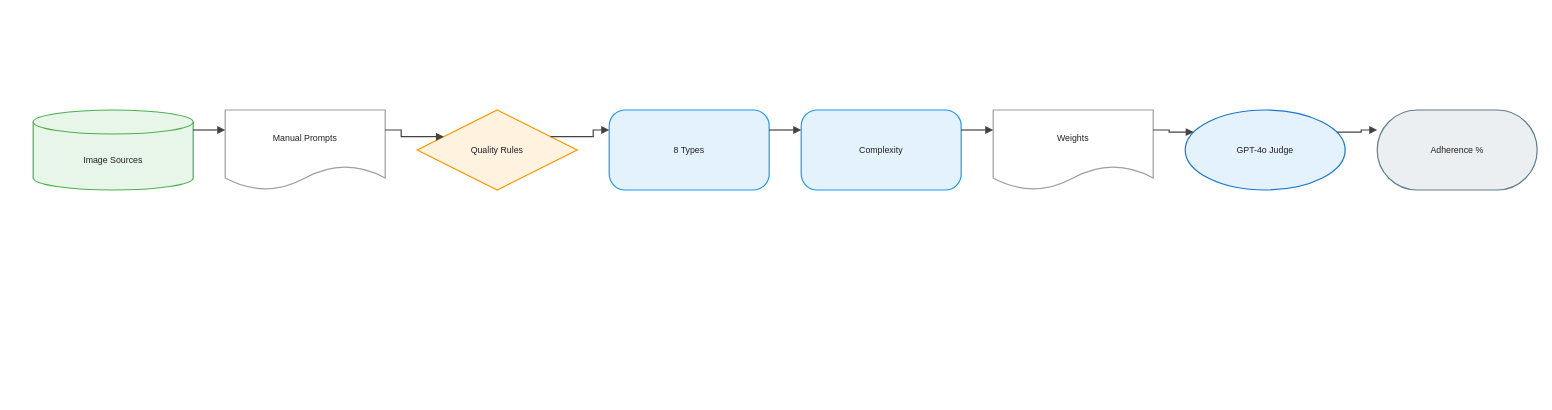
Earlier version of the draw.io diagram client/public/drawio/MIA-Bench/MIA-Bench.en.drawio (joe1chief/benchmark-hub). Source tidied: cells renumbered, new cells numbered last; positions are measured from the earlier drawing's top-left corner, leaving out a move shared by most shapes. Both pictures are drawn from the tidied source at 80%, with x=0, y=0 at pixel (33, 110).
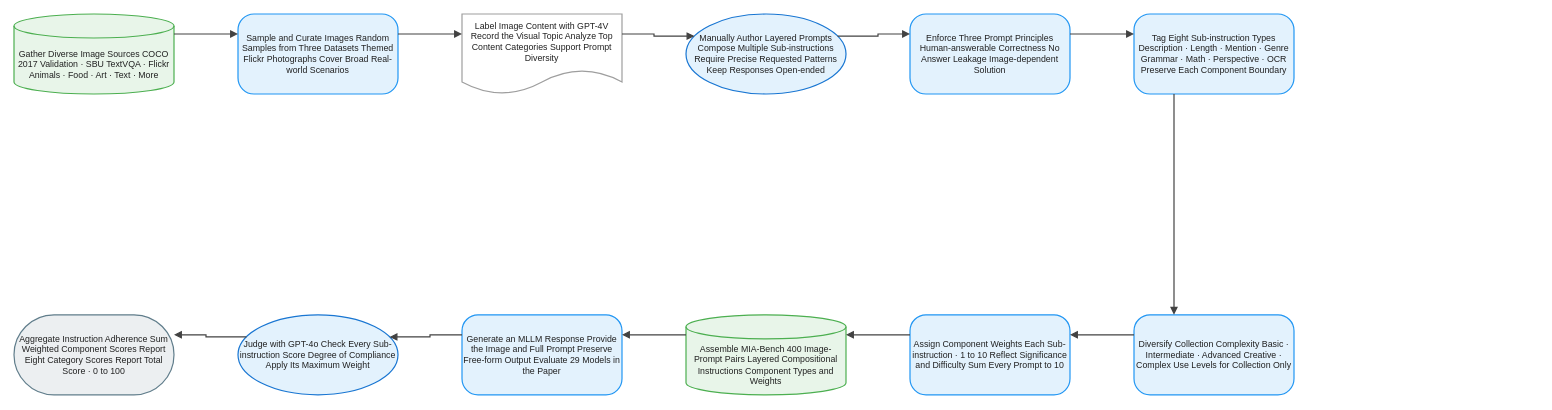
After the change.

The edit, as a diff of the source:
```diff
@@
-    <mxCell id="2" value="Image Sources" style="shape=cylinder3;boundedLbl=1;backgroundOutline=1;size=15;html=1;whiteSpace=wrap;fillColor=#E8F5E9;strokeColor=#4CAF50;strokeWidth=1.5;fontColor=#212121;fontSize=11;fontFamily=Arial, Helvetica, sans-serif;verticalAlign=middle;align=center;" parent="1" vertex="1">
-      <mxGeometry width="200" height="100" as="geometry" />
+    <mxCell id="2" value="Gather Diverse Image Sources COCO 2017 Validation · SBU TextVQA · Flickr Animals · Food · Art · Text · More" style="shape=cylinder3;boundedLbl=1;backgroundOutline=1;size=15;html=1;whiteSpace=wrap;fillColor=#E8F5E9;strokeColor=#4CAF50;strokeWidth=1.5;fontColor=#212121;fontSize=11;fontFamily=Arial, Helvetica, sans-serif;verticalAlign=middle;align=center;" parent="1" vertex="1">
+      <mxGeometry x="-24" y="-120" width="200" height="100" as="geometry" />
     </mxCell>
-    <mxCell id="3" value="Manual Prompts" style="shape=document;boundedLbl=1;html=1;whiteSpace=wrap;fillColor=#FFFFFF;strokeColor=#9E9E9E;strokeWidth=1.5;fontColor=#212121;fontSize=11;fontFamily=Arial, Helvetica, sans-serif;verticalAlign=middle;align=center;" parent="1" vertex="1">
-      <mxGeometry x="240" width="200" height="100" as="geometry" />
+    <mxCell id="3" value="Sample and Curate Images Random Samples from Three Datasets Themed Flickr Photographs Cover Broad Real-world Scenarios" style="rounded=1;arcSize=20;html=1;whiteSpace=wrap;fillColor=#E3F2FD;strokeColor=#2196F3;strokeWidth=1.5;fontColor=#212121;fontSize=11;fontFamily=Arial, Helvetica, sans-serif;verticalAlign=middle;align=center;" parent="1" vertex="1">
+      <mxGeometry x="256" y="-120" width="200" height="100" as="geometry" />
     </mxCell>
-    <mxCell id="4" value="Quality Rules" style="rhombus;html=1;whiteSpace=wrap;fillColor=#FFF3E0;strokeColor=#FF9800;strokeWidth=1.5;fontColor=#212121;fontSize=11;fontFamily=Arial, Helvetica, sans-serif;verticalAlign=middle;align=center;" parent="1" vertex="1">
-      <mxGeometry x="480" width="200" height="100" as="geometry" />
+    <mxCell id="4" value="Label Image Content with GPT-4V Record the Visual Topic Analyze Top Content Categories Support Prompt Diversity" style="shape=document;boundedLbl=1;html=1;whiteSpace=wrap;fillColor=#FFFFFF;strokeColor=#9E9E9E;strokeWidth=1.5;fontColor=#212121;fontSize=11;fontFamily=Arial, Helvetica, sans-serif;verticalAlign=middle;align=center;" parent="1" vertex="1">
+      <mxGeometry x="536" y="-120" width="200" height="100" as="geometry" />
     </mxCell>
-    <mxCell id="5" value="8 Types" style="rounded=1;arcSize=20;html=1;whiteSpace=wrap;fillColor=#E3F2FD;strokeColor=#2196F3;strokeWidth=1.5;fontColor=#212121;fontSize=11;fontFamily=Arial, Helvetica, sans-serif;verticalAlign=middle;align=center;" parent="1" vertex="1">
-      <mxGeometry x="720" width="200" height="100" as="geometry" />
+    <mxCell id="5" value="Manually Author Layered Prompts Compose Multiple Sub-instructions Require Precise Requested Patterns Keep Responses Open-ended" style="ellipse;html=1;whiteSpace=wrap;fillColor=#E3F2FD;strokeColor=#1976D2;strokeWidth=1.5;fontColor=#212121;fontSize=11;fontFamily=Arial, Helvetica, sans-serif;verticalAlign=middle;align=center;" parent="1" vertex="1">
+      <mxGeometry x="816" y="-120" width="200" height="100" as="geometry" />
     </mxCell>
-    <mxCell id="6" value="Complexity" style="rounded=1;arcSize=20;html=1;whiteSpace=wrap;fillColor=#E3F2FD;strokeColor=#2196F3;strokeWidth=1.5;fontColor=#212121;fontSize=11;fontFamily=Arial, Helvetica, sans-serif;verticalAlign=middle;align=center;" parent="1" vertex="1">
-      <mxGeometry x="960" width="200" height="100" as="geometry" />
+    <mxCell id="6" value="Enforce Three Prompt Principles Human-answerable Correctness No Answer Leakage Image-dependent Solution" style="rounded=1;arcSize=20;html=1;whiteSpace=wrap;fillColor=#E3F2FD;strokeColor=#2196F3;strokeWidth=1.5;fontColor=#212121;fontSize=11;fontFamily=Arial, Helvetica, sans-serif;verticalAlign=middle;align=center;" parent="1" vertex="1">
+      <mxGeometry x="1096" y="-120" width="200" height="100" as="geometry" />
     </mxCell>
-    <mxCell id="7" value="Weights" style="shape=document;boundedLbl=1;html=1;whiteSpace=wrap;fillColor=#FFFFFF;strokeColor=#9E9E9E;strokeWidth=1.5;fontColor=#212121;fontSize=11;fontFamily=Arial, Helvetica, sans-serif;verticalAlign=middle;align=center;" parent="1" vertex="1">
-      <mxGeometry x="1200" width="200" height="100" as="geometry" />
+    <mxCell id="7" value="Tag Eight Sub-instruction Types Description · Length · Mention · Genre Grammar · Math · Perspective · OCR Preserve Each Component Boundary" style="rounded=1;arcSize=20;html=1;whiteSpace=wrap;fillColor=#E3F2FD;strokeColor=#2196F3;strokeWidth=1.5;fontColor=#212121;fontSize=11;fontFamily=Arial, Helvetica, sans-serif;verticalAlign=middle;align=center;" parent="1" vertex="1">
+      <mxGeometry x="1376" y="-120" width="200" height="100" as="geometry" />
     </mxCell>
-    <mxCell id="8" value="GPT-4o Judge" style="ellipse;html=1;whiteSpace=wrap;fillColor=#E3F2FD;strokeColor=#1976D2;strokeWidth=1.5;fontColor=#212121;fontSize=11;fontFamily=Arial, Helvetica, sans-serif;verticalAlign=middle;align=center;" parent="1" vertex="1">
-      <mxGeometry x="1440" width="200" height="100" as="geometry" />
+    <mxCell id="8" value="Diversify Collection Complexity Basic · Intermediate · Advanced Creative · Complex Use Levels for Collection Only" style="rounded=1;arcSize=20;html=1;whiteSpace=wrap;fillColor=#E3F2FD;strokeColor=#2196F3;strokeWidth=1.5;fontColor=#212121;fontSize=11;fontFamily=Arial, Helvetica, sans-serif;verticalAlign=middle;align=center;" parent="1" vertex="1">
+      <mxGeometry x="1376" y="256" width="200" height="100" as="geometry" />
     </mxCell>
-    <mxCell id="9" value="Adherence %" style="rounded=1;arcSize=50;html=1;whiteSpace=wrap;fillColor=#ECEFF1;strokeColor=#607D8B;strokeWidth=1.5;fontColor=#212121;fontSize=11;fontFamily=Arial, Helvetica, sans-serif;verticalAlign=middle;align=center;" parent="1" vertex="1">
-      <mxGeometry x="1680" width="200" height="100" as="geometry" />
+    <mxCell id="9" value="Assign Component Weights Each Sub-instruction · 1 to 10 Reflect Significance and Difficulty Sum Every Prompt to 10" style="rounded=1;arcSize=20;html=1;whiteSpace=wrap;fillColor=#E3F2FD;strokeColor=#2196F3;strokeWidth=1.5;fontColor=#212121;fontSize=11;fontFamily=Arial, Helvetica, sans-serif;verticalAlign=middle;align=center;" parent="1" vertex="1">
+      <mxGeometry x="1096" y="256" width="200" height="100" as="geometry" />
     </mxCell>
-    <mxCell id="10" style="edgeStyle=orthogonalEdgeStyle;rounded=0;jettySize=auto;html=1;strokeColor=#424242;strokeWidth=1.5;endArrow=block;endFill=1;exitX=1;exitY=0.25;exitDx=0;exitDy=0;entryX=0;entryY=0.25;entryDx=0;entryDy=0;jumpStyle=arc;jumpSize=8;" parent="1" edge="1" source="2" target="3">
-      <mxGeometry relative="1" as="geometry" />
+    <mxCell id="10" value="Assemble MIA-Bench 400 Image-Prompt Pairs Layered Compositional Instructions Component Types and Weights" style="shape=cylinder3;boundedLbl=1;backgroundOutline=1;size=15;html=1;whiteSpace=wrap;fillColor=#E8F5E9;strokeColor=#4CAF50;strokeWidth=1.5;fontColor=#212121;fontSize=11;fontFamily=Arial, Helvetica, sans-serif;verticalAlign=middle;align=center;" parent="1" vertex="1">
+      <mxGeometry x="816" y="256" width="200" height="100" as="geometry" />
     </mxCell>
-    <mxCell id="11" style="edgeStyle=orthogonalEdgeStyle;rounded=0;jettySize=auto;html=1;strokeColor=#424242;strokeWidth=1.5;endArrow=block;endFill=1;exitX=1;exitY=0.25;exitDx=0;exitDy=0;entryX=0;entryY=0.25;entryDx=0;entryDy=0;jumpStyle=arc;jumpSize=8;" parent="1" edge="1" source="3" target="4">
-      <mxGeometry relative="1" as="geometry" />
+    <mxCell id="11" value="Generate an MLLM Response Provide the Image and Full Prompt Preserve Free-form Output Evaluate 29 Models in the Paper" style="rounded=1;arcSize=20;html=1;whiteSpace=wrap;fillColor=#E3F2FD;strokeColor=#2196F3;strokeWidth=1.5;fontColor=#212121;fontSize=11;fontFamily=Arial, Helvetica, sans-serif;verticalAlign=middle;align=center;" parent="1" vertex="1">
+      <mxGeometry x="536" y="256" width="200" height="100" as="geometry" />
     </mxCell>
-    <mxCell id="12" style="edgeStyle=orthogonalEdgeStyle;rounded=0;jettySize=auto;html=1;strokeColor=#424242;strokeWidth=1.5;endArrow=block;endFill=1;exitX=1;exitY=0.25;exitDx=0;exitDy=0;entryX=0;entryY=0.25;entryDx=0;entryDy=0;jumpStyle=arc;jumpSize=8;" parent="1" edge="1" source="4" target="5">
-      <mxGeometry relative="1" as="geometry" />
+    <mxCell id="12" value="Judge with GPT-4o Check Every Sub-instruction Score Degree of Compliance Apply Its Maximum Weight" style="ellipse;html=1;whiteSpace=wrap;fillColor=#E3F2FD;strokeColor=#1976D2;strokeWidth=1.5;fontColor=#212121;fontSize=11;fontFamily=Arial, Helvetica, sans-serif;verticalAlign=middle;align=center;" parent="1" vertex="1">
+      <mxGeometry x="256" y="256" width="200" height="100" as="geometry" />
     </mxCell>
-    <mxCell id="13" style="edgeStyle=orthogonalEdgeStyle;rounded=0;jettySize=auto;html=1;strokeColor=#424242;strokeWidth=1.5;endArrow=block;endFill=1;exitX=1;exitY=0.25;exitDx=0;exitDy=0;entryX=0;entryY=0.25;entryDx=0;entryDy=0;jumpStyle=arc;jumpSize=8;" parent="1" edge="1" source="5" target="6">
-      <mxGeometry relative="1" as="geometry" />
+    <mxCell id="13" value="Aggregate Instruction Adherence Sum Weighted Component Scores Report Eight Category Scores Report Total Score · 0 to 100" style="rounded=1;arcSize=50;html=1;whiteSpace=wrap;fillColor=#ECEFF1;strokeColor=#607D8B;strokeWidth=1.5;fontColor=#212121;fontSize=11;fontFamily=Arial, Helvetica, sans-serif;verticalAlign=middle;align=center;" parent="1" vertex="1">
+      <mxGeometry x="-24" y="256" width="200" height="100" as="geometry" />
     </mxCell>
-    <mxCell id="14" style="edgeStyle=orthogonalEdgeStyle;rounded=0;jettySize=auto;html=1;strokeColor=#424242;strokeWidth=1.5;endArrow=block;endFill=1;exitX=1;exitY=0.25;exitDx=0;exitDy=0;entryX=0;entryY=0.25;entryDx=0;entryDy=0;jumpStyle=arc;jumpSize=8;" parent="1" edge="1" source="6" target="7">
+    <mxCell id="14" style="edgeStyle=orthogonalEdgeStyle;rounded=0;jettySize=auto;html=1;strokeColor=#424242;strokeWidth=1.5;endArrow=block;endFill=1;exitX=1;exitY=0.25;exitDx=0;exitDy=0;entryX=0;entryY=0.25;entryDx=0;entryDy=0;jumpStyle=arc;jumpSize=8;" parent="1" edge="1" source="2" target="3">
       <mxGeometry relative="1" as="geometry" />
     </mxCell>
-    <mxCell id="15" style="edgeStyle=orthogonalEdgeStyle;rounded=0;jettySize=auto;html=1;strokeColor=#424242;strokeWidth=1.5;endArrow=block;endFill=1;exitX=1;exitY=0.25;exitDx=0;exitDy=0;entryX=0;entryY=0.25;entryDx=0;entryDy=0;jumpStyle=arc;jumpSize=8;" parent="1" edge="1" source="7" target="8">
+    <mxCell id="15" style="edgeStyle=orthogonalEdgeStyle;rounded=0;jettySize=auto;html=1;strokeColor=#424242;strokeWidth=1.5;endArrow=block;endFill=1;exitX=1;exitY=0.25;exitDx=0;exitDy=0;entryX=0;entryY=0.25;entryDx=0;entryDy=0;jumpStyle=arc;jumpSize=8;" parent="1" edge="1" source="3" target="4">
       <mxGeometry relative="1" as="geometry" />
     </mxCell>
-    <mxCell id="16" style="edgeStyle=orthogonalEdgeStyle;rounded=0;jettySize=auto;html=1;strokeColor=#424242;strokeWidth=1.5;endArrow=block;endFill=1;exitX=1;exitY=0.25;exitDx=0;exitDy=0;entryX=0;entryY=0.25;entryDx=0;entryDy=0;jumpStyle=arc;jumpSize=8;" parent="1" edge="1" source="8" target="9">
+    <mxCell id="16" style="edgeStyle=orthogonalEdgeStyle;rounded=0;jettySize=auto;html=1;strokeColor=#424242;strokeWidth=1.5;endArrow=block;endFill=1;exitX=1;exitY=0.25;exitDx=0;exitDy=0;entryX=0;entryY=0.25;entryDx=0;entryDy=0;jumpStyle=arc;jumpSize=8;" parent="1" edge="1" source="4" target="5">
       <mxGeometry relative="1" as="geometry" />
     </mxCell>
+    <mxCell id="17" style="edgeStyle=orthogonalEdgeStyle;rounded=0;jettySize=auto;html=1;strokeColor=#424242;strokeWidth=1.5;endArrow=block;endFill=1;exitX=1;exitY=0.25;exitDx=0;exitDy=0;entryX=0;entryY=0.25;entryDx=0;entryDy=0;jumpStyle=arc;jumpSize=8;" parent="1" edge="1" source="5" target="6">
+      <mxGeometry relative="1" as="geometry" />
+    </mxCell>
+    <mxCell id="18" style="edgeStyle=orthogonalEdgeStyle;rounded=0;jettySize=auto;html=1;strokeColor=#424242;strokeWidth=1.5;endArrow=block;endFill=1;exitX=1;exitY=0.25;exitDx=0;exitDy=0;entryX=0;entryY=0.25;entryDx=0;entryDy=0;jumpStyle=arc;jumpSize=8;" parent="1" edge="1" source="6" target="7">
+      <mxGeometry relative="1" as="geometry" />
+    </mxCell>
+    <mxCell id="19" style="edgeStyle=orthogonalEdgeStyle;rounded=0;jettySize=auto;html=1;strokeColor=#424242;strokeWidth=1.5;endArrow=block;endFill=1;exitX=0.25;exitY=1;exitDx=0;exitDy=0;entryX=0.25;entryY=0;entryDx=0;entryDy=0;jumpStyle=arc;jumpSize=8;" parent="1" edge="1" source="7" target="8">
+      <mxGeometry relative="1" as="geometry" />
+    </mxCell>
+    <mxCell id="20" style="edgeStyle=orthogonalEdgeStyle;rounded=0;jettySize=auto;html=1;strokeColor=#424242;strokeWidth=1.5;endArrow=block;endFill=1;exitX=0;exitY=0.25;exitDx=0;exitDy=0;entryX=1;entryY=0.25;entryDx=0;entryDy=0;jumpStyle=arc;jumpSize=8;" parent="1" edge="1" source="8" target="9">
+      <mxGeometry relative="1" as="geometry" />
+    </mxCell>
+    <mxCell id="21" style="edgeStyle=orthogonalEdgeStyle;rounded=0;jettySize=auto;html=1;strokeColor=#424242;strokeWidth=1.5;endArrow=block;endFill=1;exitX=0;exitY=0.25;exitDx=0;exitDy=0;entryX=1;entryY=0.25;entryDx=0;entryDy=0;jumpStyle=arc;jumpSize=8;" parent="1" edge="1" source="9" target="10">
+      <mxGeometry relative="1" as="geometry" />
+    </mxCell>
+    <mxCell id="22" style="edgeStyle=orthogonalEdgeStyle;rounded=0;jettySize=auto;html=1;strokeColor=#424242;strokeWidth=1.5;endArrow=block;endFill=1;exitX=0;exitY=0.25;exitDx=0;exitDy=0;entryX=1;entryY=0.25;entryDx=0;entryDy=0;jumpStyle=arc;jumpSize=8;" parent="1" edge="1" source="10" target="11">
+      <mxGeometry relative="1" as="geometry" />
+    </mxCell>
+    <mxCell id="23" style="edgeStyle=orthogonalEdgeStyle;rounded=0;jettySize=auto;html=1;strokeColor=#424242;strokeWidth=1.5;endArrow=block;endFill=1;exitX=0;exitY=0.25;exitDx=0;exitDy=0;entryX=1;entryY=0.25;entryDx=0;entryDy=0;jumpStyle=arc;jumpSize=8;" parent="1" edge="1" source="11" target="12">
+      <mxGeometry relative="1" as="geometry" />
+    </mxCell>
+    <mxCell id="24" style="edgeStyle=orthogonalEdgeStyle;rounded=0;jettySize=auto;html=1;strokeColor=#424242;strokeWidth=1.5;endArrow=block;endFill=1;exitX=0;exitY=0.25;exitDx=0;exitDy=0;entryX=1;entryY=0.25;entryDx=0;entryDy=0;jumpStyle=arc;jumpSize=8;" parent="1" edge="1" source="12" target="13">
+      <mxGeometry relative="1" as="geometry" />
+    </mxCell>
```
